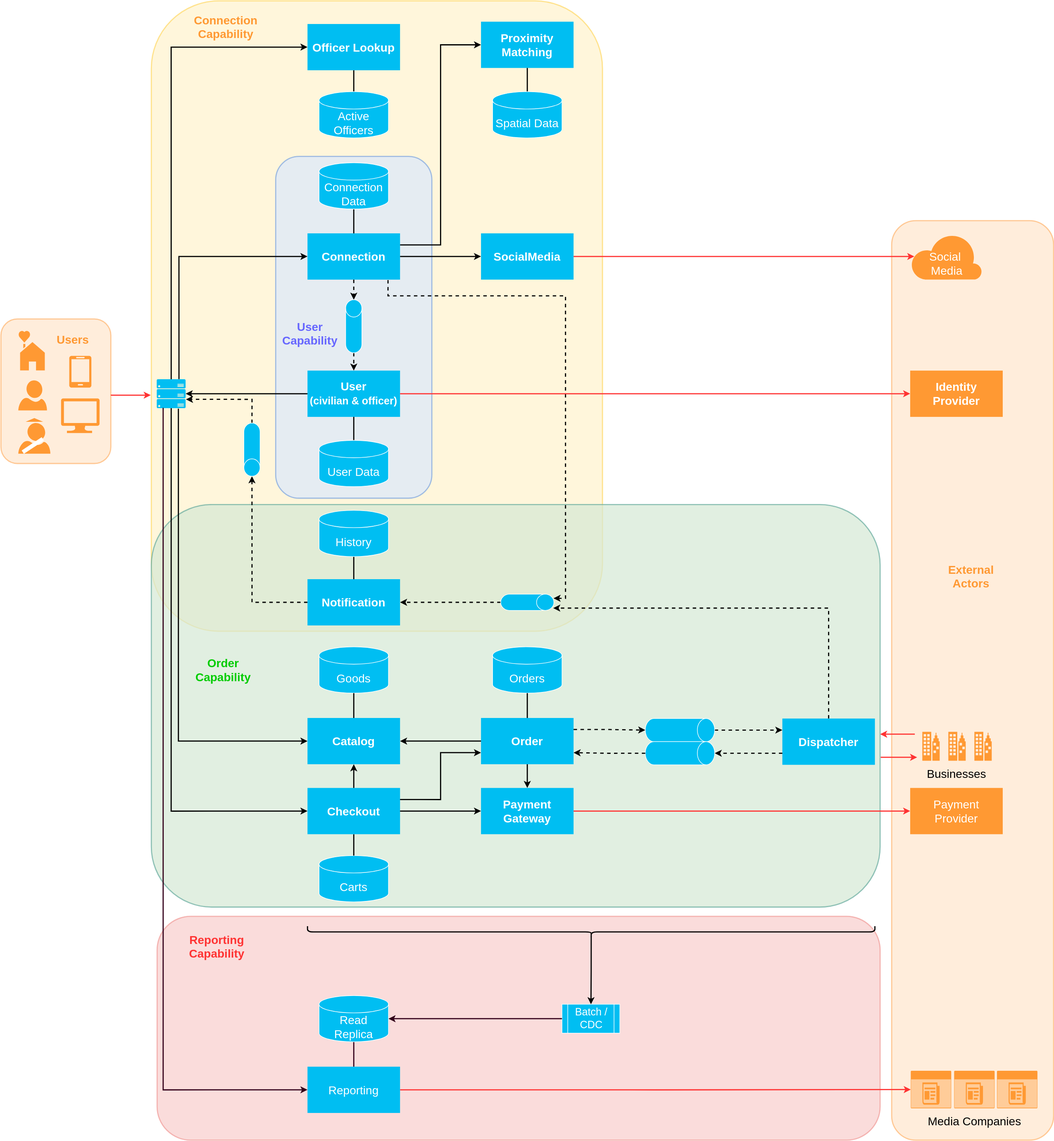
Before: domain/resources/hey-blue-overview.drawio.svg, a diagram exported from draw.io (iptch/2022-fall-architectural-katas). Source tidied: cells renumbered, new cells last; positions are measured from the earlier drawing's top-left corner, leaving out a move shared by most shapes.
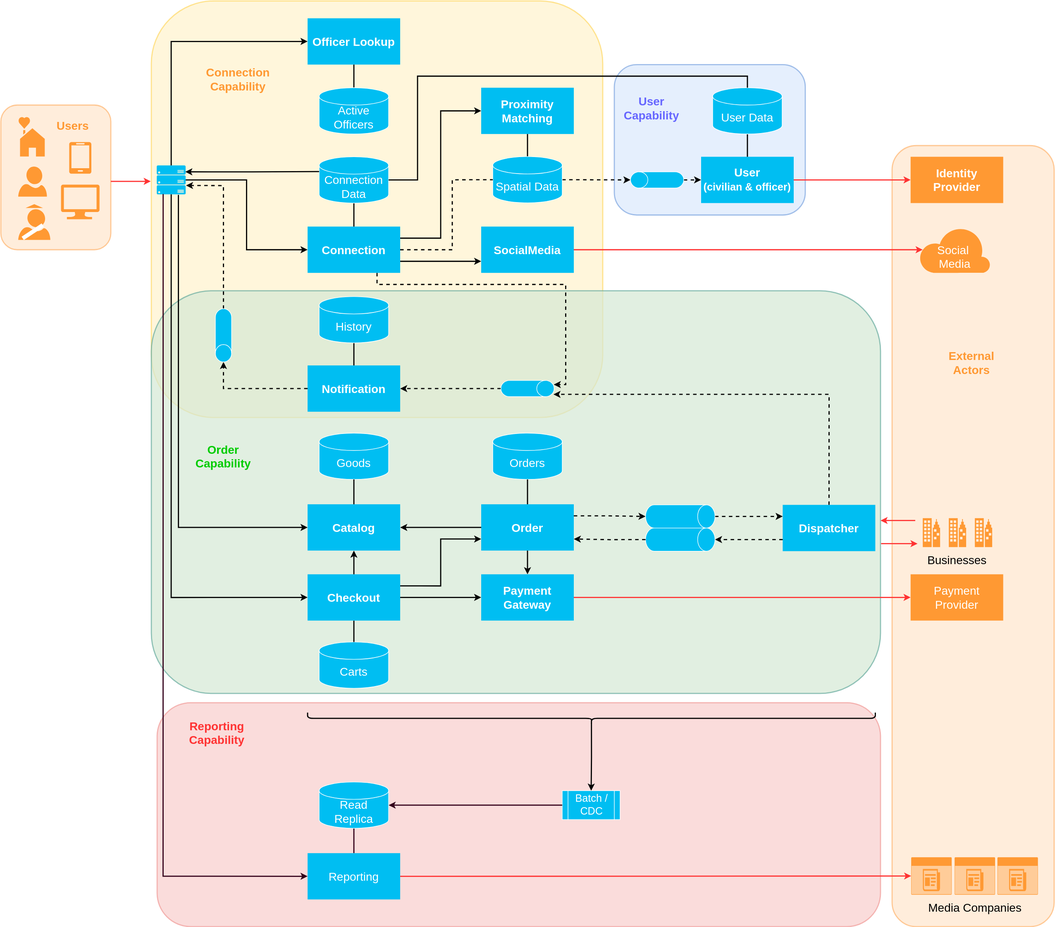
After the change.

Commit message:
Update feature diagram

What changed in the source:
```diff
@@ -9,13 +9,13 @@
       <mxGeometry x="270" y="1583" width="1250" height="387" as="geometry" />
     </mxCell>
     <mxCell id="4" style="rounded=1;whiteSpace=wrap;html=1;strokeWidth=2;strokeColor=#FFD966;fillColor=#fff2cc;gradientColor=none;opacity=70;" parent="1" vertex="1">
-      <mxGeometry x="260" width="780" height="1090" as="geometry" />
+      <mxGeometry x="260" y="370" width="780" height="720" as="geometry" />
     </mxCell>
     <mxCell id="5" style="rounded=1;whiteSpace=wrap;html=1;strokeWidth=2;fillColor=#dae8fc;strokeColor=#7EA6E0;opacity=70;" parent="1" vertex="1">
-      <mxGeometry x="475" y="269" width="270" height="591" as="geometry" />
+      <mxGeometry x="1060" y="480" width="330" height="260" as="geometry" />
     </mxCell>
     <mxCell id="6" style="rounded=1;whiteSpace=wrap;html=1;strokeWidth=2;fillColor=#ffe6cc;strokeColor=#FFB570;opacity=70;" parent="1" vertex="1">
-      <mxGeometry x="1540" y="380" width="280" height="1590" as="geometry" />
+      <mxGeometry x="1540" y="620" width="280" height="1350" as="geometry" />
     </mxCell>
     <mxCell id="7" style="rounded=1;whiteSpace=wrap;html=1;strokeWidth=2;fillColor=#d5e8d4;strokeColor=#67AB9F;opacity=70;perimeterSpacing=0;" parent="1" vertex="1">
       <mxGeometry x="260" y="871" width="1260" height="696" as="geometry" />
@@ -65,29 +65,29 @@
     <mxCell id="20" style="edgeStyle=orthogonalEdgeStyle;rounded=0;jettySize=auto;html=1;entryX=0;entryY=0.5;entryDx=0;entryDy=0;strokeColor=#000000;strokeWidth=2;fontSize=20;fontColor=#000000;endArrow=classic;endFill=1;exitX=1;exitY=0.25;exitDx=0;exitDy=0;" parent="1" edge="1" source="24" target="26">
       <mxGeometry relative="1" as="geometry" />
     </mxCell>
-    <mxCell id="21" style="edgeStyle=orthogonalEdgeStyle;rounded=0;jettySize=auto;html=1;exitX=1;exitY=0.5;exitDx=0;exitDy=0;strokeColor=#000000;strokeWidth=2;fontSize=20;fontColor=#000000;endArrow=classic;endFill=1;entryX=0;entryY=0.5;entryDx=0;entryDy=0;" parent="1" edge="1" source="24" target="30">
+    <mxCell id="21" style="edgeStyle=orthogonalEdgeStyle;rounded=0;jettySize=auto;html=1;exitX=1;exitY=0.75;exitDx=0;exitDy=0;strokeColor=#000000;strokeWidth=2;fontSize=20;fontColor=#000000;endArrow=classic;endFill=1;entryX=0;entryY=0.75;entryDx=0;entryDy=0;" parent="1" edge="1" source="24" target="30">
       <mxGeometry relative="1" as="geometry" />
     </mxCell>
-    <mxCell id="22" style="edgeStyle=orthogonalEdgeStyle;rounded=0;jettySize=auto;html=1;exitX=0.87;exitY=1.01;exitDx=0;exitDy=0;strokeColor=#000000;strokeWidth=2;fontSize=20;fontColor=#000000;endArrow=classic;endFill=1;dashed=1;entryX=0.253;entryY=0.007;entryDx=0;entryDy=0;entryPerimeter=0;exitPerimeter=0;" parent="1" edge="1" source="24" target="43">
+    <mxCell id="22" style="edgeStyle=orthogonalEdgeStyle;rounded=0;jettySize=auto;html=1;exitX=0.75;exitY=1;exitDx=0;exitDy=0;strokeColor=#000000;strokeWidth=2;fontSize=20;fontColor=#000000;endArrow=classic;endFill=1;dashed=1;entryX=0.253;entryY=0.007;entryDx=0;entryDy=0;entryPerimeter=0;" parent="1" edge="1" source="24" target="43">
       <mxGeometry relative="1" as="geometry">
         <Array as="points">
-          <mxPoint x="669" y="510" />
-          <mxPoint x="976" y="510" />
+          <mxPoint x="650" y="860" />
+          <mxPoint x="976" y="860" />
           <mxPoint x="976" y="1033" />
         </Array>
       </mxGeometry>
     </mxCell>
-    <mxCell id="23" style="edgeStyle=orthogonalEdgeStyle;rounded=0;jettySize=auto;html=1;exitX=0.5;exitY=1;exitDx=0;exitDy=0;entryX=0.5;entryY=0;entryDx=0;entryDy=0;entryPerimeter=0;dashed=1;strokeColor=#000000;strokeWidth=2;fontSize=20;fontColor=#33FF33;endArrow=classic;endFill=1;" parent="1" edge="1" source="24" target="48">
+    <mxCell id="23" style="edgeStyle=orthogonalEdgeStyle;rounded=0;jettySize=auto;html=1;exitX=1;exitY=0.5;exitDx=0;exitDy=0;entryX=0.5;entryY=0;entryDx=0;entryDy=0;entryPerimeter=0;dashed=1;strokeColor=#000000;strokeWidth=2;fontSize=20;fontColor=#33FF33;endArrow=classic;endFill=1;startArrow=none;exitPerimeter=0;" parent="1" edge="1" source="37" target="48">
       <mxGeometry relative="1" as="geometry" />
     </mxCell>
     <mxCell id="24" value="&lt;font style=&quot;font-size: 20px;&quot;&gt;Connection&lt;/font&gt;" style="rounded=0;whiteSpace=wrap;html=1;strokeColor=none;fillColor=#00BEF2;fontSize=20;fontStyle=1;fontColor=#FFFFFF;" parent="1" vertex="1">
-      <mxGeometry x="530" y="402" width="160" height="80" as="geometry" />
+      <mxGeometry x="530" y="760" width="160" height="80" as="geometry" />
     </mxCell>
     <mxCell id="25" value="&lt;font style=&quot;font-size: 20px;&quot;&gt;Officer Lookup&lt;/font&gt;" style="rounded=0;whiteSpace=wrap;html=1;strokeColor=none;fillColor=#00BEF2;fontSize=20;fontStyle=1;fontColor=#FFFFFF;" parent="1" vertex="1">
-      <mxGeometry x="530" y="40" width="160" height="80" as="geometry" />
+      <mxGeometry x="530" y="400" width="160" height="80" as="geometry" />
     </mxCell>
     <mxCell id="26" value="&lt;font style=&quot;font-size: 20px;&quot;&gt;Proximity&lt;br&gt;Matching&lt;/font&gt;" style="rounded=0;whiteSpace=wrap;html=1;strokeColor=none;fillColor=#00BEF2;fontSize=20;fontStyle=1;fontColor=#FFFFFF;" parent="1" vertex="1">
-      <mxGeometry x="830" y="36" width="160" height="80" as="geometry" />
+      <mxGeometry x="830" y="520" width="160" height="80" as="geometry" />
     </mxCell>
     <mxCell id="27" style="edgeStyle=orthogonalEdgeStyle;rounded=0;jettySize=auto;html=1;exitX=0;exitY=0.5;exitDx=0;exitDy=0;strokeColor=#000000;strokeWidth=2;fontSize=20;fontColor=#33FF33;endArrow=classic;endFill=1;dashed=1;entryX=0.5;entryY=0;entryDx=0;entryDy=0;entryPerimeter=0;" parent="1" edge="1" source="28" target="46">
       <mxGeometry relative="1" as="geometry" />
@@ -99,12 +99,12 @@
       <mxGeometry relative="1" as="geometry" />
     </mxCell>
     <mxCell id="30" value="&lt;font style=&quot;font-size: 20px;&quot;&gt;SocialMedia&lt;/font&gt;" style="rounded=0;whiteSpace=wrap;html=1;strokeColor=none;fillColor=#00BEF2;fontSize=20;fontStyle=1;fontColor=#FFFFFF;" parent="1" vertex="1">
-      <mxGeometry x="830" y="402" width="160" height="80" as="geometry" />
+      <mxGeometry x="830" y="760" width="160" height="80" as="geometry" />
     </mxCell>
     <mxCell id="31" value="&lt;font style=&quot;&quot;&gt;User&lt;br&gt;&lt;font style=&quot;font-size: 18px;&quot;&gt;(civilian &amp;amp; officer)&lt;/font&gt;&lt;br&gt;&lt;/font&gt;" style="rounded=0;whiteSpace=wrap;html=1;strokeColor=none;fillColor=#00BEF2;fontSize=20;fontStyle=1;fontColor=#FFFFFF;" parent="1" vertex="1">
-      <mxGeometry x="530" y="639.4" width="160" height="80" as="geometry" />
+      <mxGeometry x="1210" y="639.4" width="160" height="80" as="geometry" />
     </mxCell>
-    <mxCell id="32" style="edgeStyle=orthogonalEdgeStyle;rounded=0;jettySize=auto;html=1;strokeColor=#000000;strokeWidth=2;fontSize=20;fontColor=#000000;endArrow=classic;endFill=1;entryX=0;entryY=0.5;entryDx=0;entryDy=0;exitX=0.769;exitY=-0.006;exitDx=0;exitDy=0;exitPerimeter=0;" parent="1" edge="1" source="8" target="24">
+    <mxCell id="32" style="edgeStyle=orthogonalEdgeStyle;rounded=0;jettySize=auto;html=1;strokeColor=#000000;strokeWidth=2;fontSize=20;fontColor=#000000;endArrow=classic;endFill=1;entryX=0;entryY=0.5;entryDx=0;entryDy=0;exitX=1;exitY=0.5;exitDx=0;exitDy=0;exitPerimeter=0;" parent="1" edge="1" source="8" target="24">
       <mxGeometry relative="1" as="geometry" />
     </mxCell>
     <mxCell id="33" style="edgeStyle=orthogonalEdgeStyle;rounded=0;jettySize=auto;html=1;exitX=0.5;exitY=0;exitDx=0;exitDy=0;exitPerimeter=0;entryX=0;entryY=0.5;entryDx=0;entryDy=0;strokeColor=#000000;strokeWidth=2;fontSize=20;fontColor=#000000;endArrow=classic;endFill=1;" parent="1" edge="1" source="8" target="25">
@@ -119,21 +119,15 @@
     <mxCell id="36" style="edgeStyle=orthogonalEdgeStyle;rounded=0;jettySize=auto;html=1;exitX=0.5;exitY=0;exitDx=0;exitDy=0;exitPerimeter=0;entryX=0.5;entryY=1;entryDx=0;entryDy=0;strokeColor=#000000;strokeWidth=2;fontSize=20;fontColor=#000000;endArrow=none;endFill=0;" parent="1" edge="1" source="37" target="26">
       <mxGeometry relative="1" as="geometry" />
     </mxCell>
-    <mxCell id="37" value="Spatial Data" style="shape=cylinder3;whiteSpace=wrap;html=1;boundedLbl=1;backgroundOutline=1;size=15;strokeColor=#FFFFFF;strokeWidth=1;fontSize=20;fillColor=#00BEF2;fontColor=#FFFFFF;" parent="1" vertex="1">
-      <mxGeometry x="850" y="157" width="120" height="80" as="geometry" />
-    </mxCell>
     <mxCell id="38" style="edgeStyle=orthogonalEdgeStyle;rounded=0;jettySize=auto;html=1;exitX=0.5;exitY=0;exitDx=0;exitDy=0;exitPerimeter=0;entryX=0.5;entryY=1;entryDx=0;entryDy=0;strokeColor=#000000;strokeWidth=2;fontSize=20;fontColor=#000000;endArrow=none;endFill=0;" parent="1" edge="1" source="39" target="25">
       <mxGeometry relative="1" as="geometry" />
     </mxCell>
     <mxCell id="39" value="Active Officers" style="shape=cylinder3;whiteSpace=wrap;html=1;boundedLbl=1;backgroundOutline=1;size=15;strokeColor=#FFFFFF;strokeWidth=1;fontSize=20;fillColor=#00BEF2;fontColor=#FFFFFF;" parent="1" vertex="1">
-      <mxGeometry x="550" y="157" width="120" height="80" as="geometry" />
+      <mxGeometry x="550" y="520" width="120" height="80" as="geometry" />
     </mxCell>
-    <mxCell id="40" style="edgeStyle=orthogonalEdgeStyle;rounded=0;jettySize=auto;html=1;exitX=0.5;exitY=0;exitDx=0;exitDy=0;exitPerimeter=0;entryX=0.5;entryY=1;entryDx=0;entryDy=0;strokeColor=#000000;strokeWidth=2;fontSize=20;fontColor=#000000;endArrow=none;endFill=0;" parent="1" edge="1" source="41" target="31">
+    <mxCell id="40" style="edgeStyle=orthogonalEdgeStyle;rounded=0;jettySize=auto;html=1;exitX=0.5;exitY=1;exitDx=0;exitDy=0;exitPerimeter=0;entryX=0.5;entryY=0;entryDx=0;entryDy=0;strokeColor=#000000;strokeWidth=2;fontSize=20;fontColor=#000000;endArrow=none;endFill=0;" parent="1" edge="1" source="41" target="31">
       <mxGeometry relative="1" as="geometry" />
     </mxCell>
-    <mxCell id="41" value="User Data" style="shape=cylinder3;whiteSpace=wrap;html=1;boundedLbl=1;backgroundOutline=1;size=15;strokeColor=#FFFFFF;strokeWidth=1;fontSize=20;fillColor=#00BEF2;fontColor=#FFFFFF;" parent="1" vertex="1">
-      <mxGeometry x="550" y="760" width="120" height="80" as="geometry" />
-    </mxCell>
     <mxCell id="42" style="edgeStyle=orthogonalEdgeStyle;rounded=0;jettySize=auto;html=1;exitX=0.5;exitY=1;exitDx=0;exitDy=0;exitPerimeter=0;entryX=1;entryY=0.5;entryDx=0;entryDy=0;strokeColor=#000000;strokeWidth=2;fontSize=20;fontColor=#33FF33;endArrow=classic;endFill=1;dashed=1;" parent="1" edge="1" source="43" target="28">
       <mxGeometry relative="1" as="geometry" />
     </mxCell>
@@ -141,35 +135,29 @@
       <mxGeometry x="896" y="994" width="28" height="92" as="geometry" />
     </mxCell>
     <mxCell id="44" value="&lt;font color=&quot;#ffffff&quot;&gt;&lt;br&gt;Social&amp;nbsp;&lt;br&gt;Media&lt;br&gt;&lt;/font&gt;" style="verticalLabelPosition=middle;html=1;verticalAlign=middle;align=center;strokeColor=none;fillColor=#FF9933;shape=mxgraph.azure.cloud;fontSize=20;fontColor=default;labelPosition=center;" parent="1" vertex="1">
-      <mxGeometry x="1573" y="402" width="123.1" height="80" as="geometry" />
+      <mxGeometry x="1586.7" y="760" width="123.1" height="80" as="geometry" />
     </mxCell>
     <mxCell id="45" style="edgeStyle=orthogonalEdgeStyle;rounded=0;jettySize=auto;html=1;strokeColor=#000000;strokeWidth=2;fontSize=20;fontColor=#33FF33;endArrow=classic;endFill=1;dashed=1;jumpStyle=line;exitX=0.5;exitY=1;exitDx=0;exitDy=0;exitPerimeter=0;entryX=1.011;entryY=0.693;entryDx=0;entryDy=0;entryPerimeter=0;" parent="1" edge="1" source="46" target="8">
       <mxGeometry relative="1" as="geometry" />
     </mxCell>
     <mxCell id="46" style="shape=cylinder3;whiteSpace=wrap;html=1;boundedLbl=1;backgroundOutline=1;size=15;direction=west;fillColor=#00BEF2;strokeColor=#FFFFFF;fontSize=20;fontColor=#FFFFFF;rotation=0;" parent="1" vertex="1">
-      <mxGeometry x="420" y="730" width="28" height="92" as="geometry" />
+      <mxGeometry x="370.7" y="902" width="28" height="92" as="geometry" />
     </mxCell>
-    <mxCell id="47" style="edgeStyle=orthogonalEdgeStyle;rounded=0;jettySize=auto;html=1;exitX=0.5;exitY=1;exitDx=0;exitDy=0;exitPerimeter=0;entryX=0.5;entryY=0;entryDx=0;entryDy=0;dashed=1;strokeColor=#000000;strokeWidth=2;fontSize=20;fontColor=#33FF33;endArrow=classic;endFill=1;" parent="1" edge="1" source="48" target="31">
+    <mxCell id="47" style="edgeStyle=orthogonalEdgeStyle;rounded=0;jettySize=auto;html=1;exitX=0.5;exitY=1;exitDx=0;exitDy=0;exitPerimeter=0;entryX=0;entryY=0.5;entryDx=0;entryDy=0;dashed=1;strokeColor=#000000;strokeWidth=2;fontSize=20;fontColor=#33FF33;endArrow=classic;endFill=1;" parent="1" edge="1" source="48" target="31">
       <mxGeometry relative="1" as="geometry" />
     </mxCell>
-    <mxCell id="48" style="shape=cylinder3;whiteSpace=wrap;html=1;boundedLbl=1;backgroundOutline=1;size=15;direction=south;fillColor=#00BEF2;strokeColor=#FFFFFF;fontSize=20;fontColor=#FFFFFF;rotation=-90;" parent="1" vertex="1">
-      <mxGeometry x="564" y="548.7" width="92" height="28" as="geometry" />
+    <mxCell id="48" style="shape=cylinder3;whiteSpace=wrap;html=1;boundedLbl=1;backgroundOutline=1;size=15;direction=east;fillColor=#00BEF2;strokeColor=#FFFFFF;fontSize=20;fontColor=#FFFFFF;rotation=-90;" parent="1" vertex="1">
+      <mxGeometry x="1120" y="633.4" width="28" height="92" as="geometry" />
     </mxCell>
     <mxCell id="49" style="edgeStyle=orthogonalEdgeStyle;rounded=0;jettySize=auto;html=1;exitX=0.5;exitY=1;exitDx=0;exitDy=0;exitPerimeter=0;entryX=0.5;entryY=0;entryDx=0;entryDy=0;strokeColor=#000000;strokeWidth=2;fontSize=20;fontColor=#000000;endArrow=none;endFill=0;" parent="1" edge="1" source="50" target="24">
       <mxGeometry relative="1" as="geometry" />
     </mxCell>
-    <mxCell id="50" value="Connection Data" style="shape=cylinder3;whiteSpace=wrap;html=1;boundedLbl=1;backgroundOutline=1;size=15;strokeColor=#FFFFFF;strokeWidth=1;fontSize=20;fillColor=#00BEF2;fontColor=#FFFFFF;" parent="1" vertex="1">
-      <mxGeometry x="550" y="280" width="120" height="80" as="geometry" />
-    </mxCell>
     <mxCell id="51" value="&lt;font style=&quot;font-size: 20px;&quot;&gt;Identity&lt;br&gt;Provider&lt;/font&gt;" style="rounded=0;whiteSpace=wrap;html=1;strokeColor=none;fillColor=#FF9933;fontSize=20;fontStyle=1;fontColor=#FFFFFF;" parent="1" vertex="1">
       <mxGeometry x="1572" y="639.4" width="160" height="80" as="geometry" />
     </mxCell>
     <mxCell id="52" style="edgeStyle=orthogonalEdgeStyle;rounded=0;jettySize=auto;html=1;exitX=0;exitY=0.5;exitDx=0;exitDy=0;strokeColor=#FF3333;strokeWidth=2;fontSize=20;fontColor=#000000;endArrow=none;endFill=0;entryX=1;entryY=0.5;entryDx=0;entryDy=0;startArrow=classic;startFill=1;" parent="1" edge="1" source="51" target="31">
       <mxGeometry relative="1" as="geometry" />
     </mxCell>
-    <mxCell id="53" style="edgeStyle=orthogonalEdgeStyle;rounded=0;jettySize=auto;html=1;exitX=1;exitY=0.5;exitDx=0;exitDy=0;strokeColor=#000000;strokeWidth=2;fontSize=20;fontColor=#000000;endArrow=none;endFill=0;entryX=0;entryY=0.5;entryDx=0;entryDy=0;startArrow=classic;startFill=1;exitPerimeter=0;" parent="1" edge="1" source="8" target="31">
-      <mxGeometry relative="1" as="geometry" />
-    </mxCell>
     <mxCell id="54" value="&lt;font style=&quot;font-size: 20px;&quot;&gt;Order&lt;/font&gt;" style="rounded=0;whiteSpace=wrap;html=1;strokeColor=none;fillColor=#00BEF2;fontSize=20;fontStyle=1;fontColor=#FFFFFF;" parent="1" vertex="1">
       <mxGeometry x="830" y="1240" width="160" height="80" as="geometry" />
     </mxCell>
@@ -323,10 +311,10 @@
       <mxGeometry x="1555.7" y="1321" width="192.7" height="30" as="geometry" />
     </mxCell>
     <mxCell id="101" value="&lt;span style=&quot;font-size: 20px; font-weight: 700;&quot;&gt;&lt;font color=&quot;#ff9933&quot;&gt;Connection Capability&lt;/font&gt;&lt;/span&gt;" style="text;html=1;strokeColor=none;fillColor=none;align=center;verticalAlign=middle;whiteSpace=wrap;rounded=0;strokeWidth=2;" parent="1" vertex="1">
-      <mxGeometry x="319.3" y="30" width="140" height="30" as="geometry" />
+      <mxGeometry x="340" y="490" width="140" height="30" as="geometry" />
     </mxCell>
     <mxCell id="102" value="&lt;span style=&quot;font-size: 20px; font-weight: 700;&quot;&gt;&lt;font color=&quot;#6666ff&quot;&gt;User Capability&lt;/font&gt;&lt;/span&gt;" style="text;html=1;strokeColor=none;fillColor=none;align=center;verticalAlign=middle;whiteSpace=wrap;rounded=0;strokeWidth=2;" parent="1" vertex="1">
-      <mxGeometry x="480" y="560" width="109.3" height="30" as="geometry" />
+      <mxGeometry x="1070" y="540" width="109.3" height="30" as="geometry" />
     </mxCell>
     <mxCell id="103" value="&lt;span style=&quot;font-size: 20px; font-weight: 700;&quot;&gt;&lt;font color=&quot;#00cc00&quot;&gt;Order&lt;br&gt;Capability&lt;/font&gt;&lt;/span&gt;" style="text;html=1;strokeColor=none;fillColor=none;align=center;verticalAlign=middle;whiteSpace=wrap;rounded=0;strokeWidth=2;" parent="1" vertex="1">
       <mxGeometry x="330" y="1142" width="109.3" height="30" as="geometry" />
@@ -340,5 +328,40 @@
     <mxCell id="106" value="&lt;span style=&quot;font-size: 20px;&quot;&gt;&lt;b style=&quot;&quot;&gt;&lt;font color=&quot;#ff9933&quot;&gt;Users&lt;/font&gt;&lt;/b&gt;&lt;/span&gt;" style="text;html=1;strokeColor=none;fillColor=none;align=center;verticalAlign=middle;whiteSpace=wrap;rounded=0;strokeWidth=2;" parent="1" vertex="1">
       <mxGeometry x="70" y="570" width="109.3" height="30" as="geometry" />
     </mxCell>
+    <mxCell id="50" value="Connection Data" style="shape=cylinder3;whiteSpace=wrap;html=1;boundedLbl=1;backgroundOutline=1;size=15;strokeColor=#FFFFFF;strokeWidth=1;fontSize=20;fillColor=#00BEF2;fontColor=#FFFFFF;" parent="1" vertex="1">
+      <mxGeometry x="550" y="639.4" width="120" height="80" as="geometry" />
+    </mxCell>
+    <mxCell id="107" style="edgeStyle=orthogonalEdgeStyle;rounded=0;jettySize=auto;html=1;exitX=0.987;exitY=0.22;exitDx=0;exitDy=0;strokeColor=#000000;strokeWidth=2;fontSize=20;fontColor=#000000;endArrow=none;endFill=0;startArrow=classic;startFill=1;exitPerimeter=0;" parent="1" edge="1" source="8">
+      <mxGeometry relative="1" as="geometry">
+        <mxPoint x="550" y="667" as="targetPoint" />
+        <Array as="points">
+          <mxPoint x="435" y="665" />
+          <mxPoint x="550" y="665" />
+        </Array>
+      </mxGeometry>
+    </mxCell>
+    <mxCell id="37" value="Spatial Data" style="shape=cylinder3;whiteSpace=wrap;html=1;boundedLbl=1;backgroundOutline=1;size=15;strokeColor=#FFFFFF;strokeWidth=1;fontSize=20;fillColor=#00BEF2;fontColor=#FFFFFF;" parent="1" vertex="1">
+      <mxGeometry x="850" y="639" width="120" height="80" as="geometry" />
+    </mxCell>
+    <mxCell id="108" style="edgeStyle=orthogonalEdgeStyle;rounded=0;jettySize=auto;html=1;exitX=1;exitY=0.5;exitDx=0;exitDy=0;entryX=0;entryY=0.5;entryDx=0;entryDy=0;entryPerimeter=0;dashed=1;strokeColor=#000000;strokeWidth=2;fontSize=20;fontColor=#33FF33;endArrow=none;endFill=1;" parent="1" edge="1" source="24" target="37">
+      <mxGeometry relative="1" as="geometry">
+        <Array as="points">
+          <mxPoint x="780" y="800" />
+          <mxPoint x="780" y="679" />
+        </Array>
+      </mxGeometry>
+    </mxCell>
+    <mxCell id="41" value="User Data" style="shape=cylinder3;whiteSpace=wrap;html=1;boundedLbl=1;backgroundOutline=1;size=15;strokeColor=#FFFFFF;strokeWidth=1;fontSize=20;fillColor=#00BEF2;fontColor=#FFFFFF;" parent="1" vertex="1">
+      <mxGeometry x="1230" y="520" width="120" height="80" as="geometry" />
+    </mxCell>
+    <mxCell id="109" style="edgeStyle=orthogonalEdgeStyle;rounded=0;jettySize=auto;html=1;exitX=1;exitY=0.5;exitDx=0;exitDy=0;strokeColor=#000000;strokeWidth=2;fontSize=20;fontColor=#000000;endArrow=none;endFill=0;entryX=0.5;entryY=0;entryDx=0;entryDy=0;startArrow=none;startFill=1;exitPerimeter=0;" parent="1" edge="1" source="50" target="41">
+      <mxGeometry relative="1" as="geometry">
+        <Array as="points">
+          <mxPoint x="720" y="679" />
+          <mxPoint x="720" y="500" />
+          <mxPoint x="1290" y="500" />
+        </Array>
+      </mxGeometry>
+    </mxCell>
   </root>
 </mxGraphModel>
```
